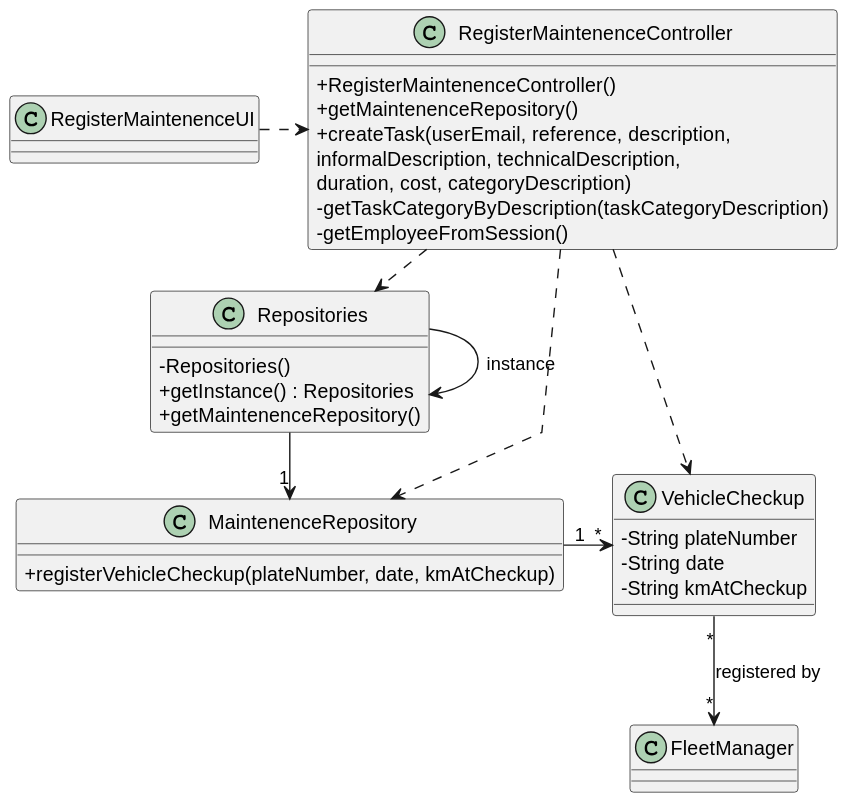
Earlier version of the PlantUML export docs/sprintB/us007/03.design/svg/us007-class-diagram.svg (ricardomm7/leaflink).
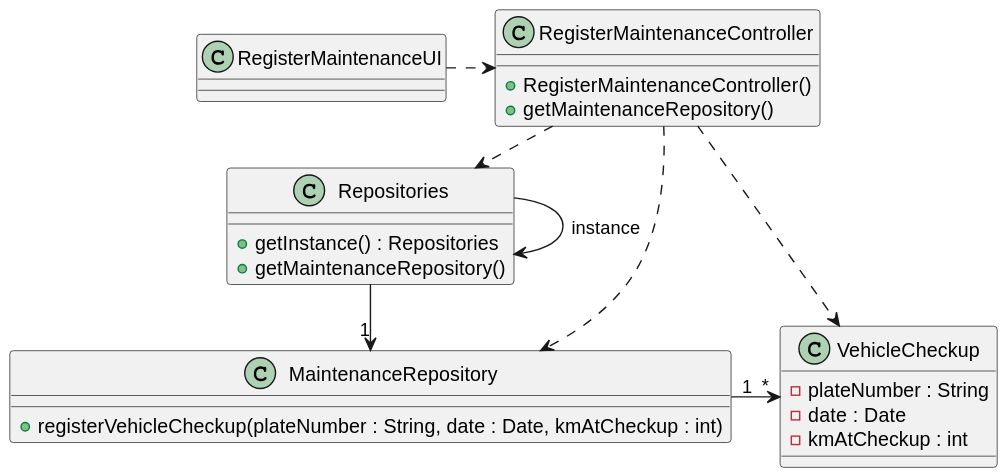
Later version of the same file.

Change to the diagram source:
```diff
@@ -1,57 +1,44 @@
 @startuml
 skinparam shadowing false
-skinparam linetype polyline
+skinparam line type polyline
 
 
-skinparam classAttributeIconSize 0
-
-
-
-class FleetManager {
-}
-
 class VehicleCheckup {
-    - String plateNumber
-    - String date
-    - String kmAtCheckup
+    - plateNumber : String
+    - date : Date
+    - kmAtCheckup : int
 }
 
 
-class MaintenenceRepository {
-    + registerVehicleCheckup(plateNumber, date, kmAtCheckup)
+class MaintenanceRepository {
+    + registerVehicleCheckup(plateNumber : String, date : Date, kmAtCheckup : int)
 }
 
 class Repositories {
-    - Repositories()
     + getInstance() : Repositories
-    + getMaintenenceRepository()
+    + getMaintenanceRepository()
 }
 
-class RegisterMaintenenceController {
-    + RegisterMaintenenceController()
-    + getMaintenenceRepository()
-    + createTask(userEmail, reference, description,\ninformalDescription, technicalDescription,\nduration, cost, categoryDescription)
-    - getTaskCategoryByDescription(taskCategoryDescription)
-    - getEmployeeFromSession()
+class RegisterMaintenanceController {
+    + RegisterMaintenanceController()
+    + getMaintenanceRepository()
 }
 
-class RegisterMaintenenceUI {
+class RegisterMaintenanceUI {
 }
 
 Repositories -> Repositories : instance
 
-RegisterMaintenenceUI .> RegisterMaintenenceController
+RegisterMaintenanceUI .> RegisterMaintenanceController
 
-RegisterMaintenenceController .> Repositories
+RegisterMaintenanceController .> Repositories
 
-RegisterMaintenenceController ..> MaintenenceRepository
+RegisterMaintenanceController ..> MaintenanceRepository
 
-Repositories -> "1" MaintenenceRepository
+Repositories -> "1" MaintenanceRepository
 
-MaintenenceRepository "1" -> "*" VehicleCheckup
+MaintenanceRepository "1" -> "*" VehicleCheckup
 
 
-RegisterMaintenenceController ..> VehicleCheckup
-
-VehicleCheckup "*" --> "*" FleetManager : registered by
+RegisterMaintenanceController ..> VehicleCheckup
 @enduml
```
